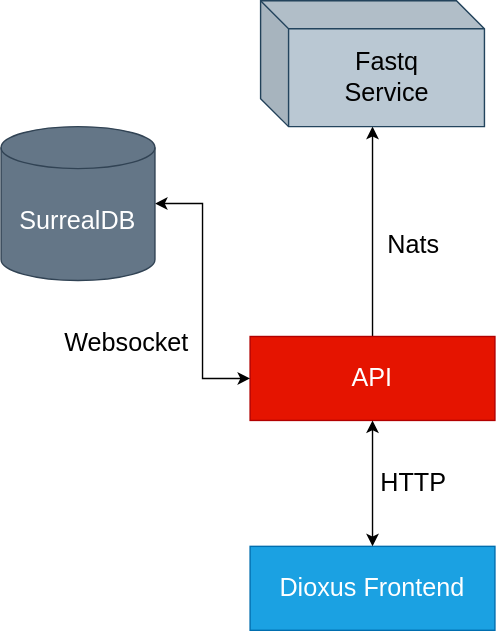
The draw.io diagram assets/diagram.svg in OscarAspelin95/dx_rs, before a commit. Source tidied: cells renumbered, new cells last; positions are measured from the earlier drawing's top-left corner, leaving out a move shared by most shapes. The source it was exported from:
```xml
<mxGraphModel>
  <root>
    <mxCell id="0" />
    <mxCell id="1" parent="0" />
    <mxCell id="2" value="&lt;font style=&quot;font-size: 18px;&quot;&gt;Dioxus Frontend&lt;/font&gt;" style="rounded=0;whiteSpace=wrap;html=1;fillColor=#1ba1e2;fontColor=#ffffff;strokeColor=#006EAF;" parent="1" vertex="1">
      <mxGeometry x="178" y="390" width="175" height="60" as="geometry" />
    </mxCell>
    <mxCell id="3" style="edgeStyle=orthogonalEdgeStyle;rounded=0;jettySize=auto;html=1;" parent="1" edge="1" source="4" target="10">
      <mxGeometry relative="1" as="geometry" />
    </mxCell>
    <mxCell id="4" value="&lt;span style=&quot;font-size: 18px;&quot;&gt;API&lt;/span&gt;" style="rounded=0;whiteSpace=wrap;html=1;fillColor=#e51400;fontColor=#ffffff;strokeColor=#B20000;" parent="1" vertex="1">
      <mxGeometry x="178" y="240" width="175" height="60" as="geometry" />
    </mxCell>
    <mxCell id="5" style="endArrow=classic;startArrow=classic;html=1;rounded=0;entryX=0.5;entryY=0;entryDx=0;entryDy=0;exitX=0.5;exitY=1;exitDx=0;exitDy=0;" parent="1" edge="1" source="4" target="2">
      <mxGeometry relative="1" as="geometry" />
    </mxCell>
    <mxCell id="6" value="&lt;font style=&quot;font-size: 18px;&quot;&gt;HTTP&lt;/font&gt;" style="text;html=1;whiteSpace=wrap;strokeColor=none;fillColor=none;align=center;verticalAlign=middle;rounded=0;" parent="1" vertex="1">
      <mxGeometry x="270" y="330" width="50" height="30" as="geometry" />
    </mxCell>
    <mxCell id="7" style="edgeStyle=orthogonalEdgeStyle;rounded=0;jettySize=auto;html=1;entryX=0;entryY=0.5;entryDx=0;entryDy=0;startArrow=classic;startFill=1;" parent="1" edge="1" source="8" target="4">
      <mxGeometry relative="1" as="geometry" />
    </mxCell>
    <mxCell id="8" value="&lt;font style=&quot;font-size: 18px;&quot;&gt;SurrealDB&lt;/font&gt;" style="shape=cylinder3;whiteSpace=wrap;html=1;boundedLbl=1;backgroundOutline=1;size=15;fillColor=light-dark(#647687,#363C47);fontColor=#ffffff;strokeColor=#314354;" parent="1" vertex="1">
      <mxGeometry y="90" width="110" height="110" as="geometry" />
    </mxCell>
    <mxCell id="9" value="&lt;font style=&quot;font-size: 18px;&quot;&gt;Websocket&lt;/font&gt;" style="text;html=1;whiteSpace=wrap;strokeColor=none;fillColor=none;align=center;verticalAlign=middle;rounded=0;" parent="1" vertex="1">
      <mxGeometry x="50" y="230" width="80" height="30" as="geometry" />
    </mxCell>
    <mxCell id="10" value="&lt;font style=&quot;color: light-dark(rgb(0, 0, 0), rgb(0, 0, 0)); font-size: 18px;&quot;&gt;Fastq&lt;/font&gt;&lt;div&gt;&lt;font style=&quot;color: light-dark(rgb(0, 0, 0), rgb(0, 0, 0)); font-size: 18px;&quot;&gt;Service&lt;/font&gt;&lt;/div&gt;" style="shape=cube;whiteSpace=wrap;html=1;boundedLbl=1;backgroundOutline=1;darkOpacity=0.05;darkOpacity2=0.1;fillColor=#bac8d3;strokeColor=#23445d;" parent="1" vertex="1">
      <mxGeometry x="185.5" width="160" height="90" as="geometry" />
    </mxCell>
    <mxCell id="11" value="&lt;font style=&quot;font-size: 18px;&quot;&gt;Nats&lt;/font&gt;" style="text;html=1;whiteSpace=wrap;strokeColor=none;fillColor=none;align=center;verticalAlign=middle;rounded=0;" parent="1" vertex="1">
      <mxGeometry x="270" y="160" width="50" height="30" as="geometry" />
    </mxCell>
  </root>
</mxGraphModel>
```
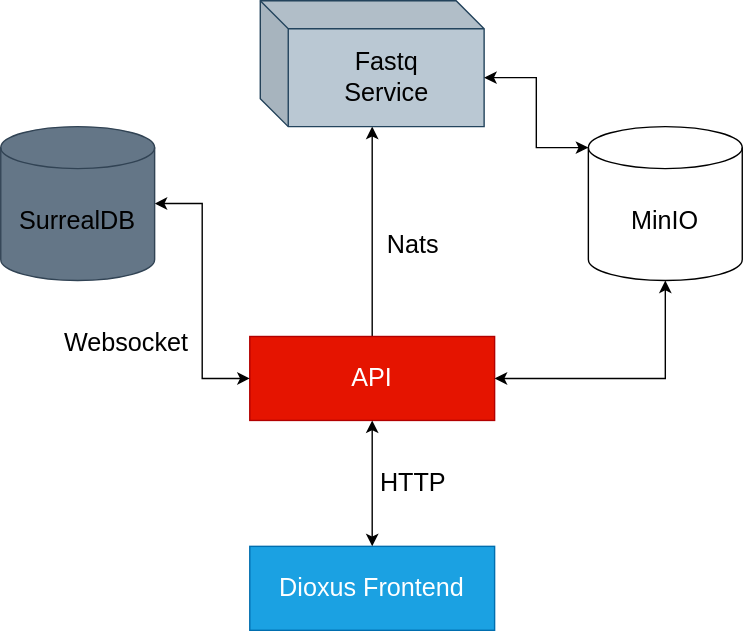
The same file after the commit.

Change to the diagram source:
```diff
@@ -20,7 +20,7 @@
     <mxCell id="7" style="edgeStyle=orthogonalEdgeStyle;rounded=0;jettySize=auto;html=1;entryX=0;entryY=0.5;entryDx=0;entryDy=0;startArrow=classic;startFill=1;" parent="1" edge="1" source="8" target="4">
       <mxGeometry relative="1" as="geometry" />
     </mxCell>
-    <mxCell id="8" value="&lt;font style=&quot;font-size: 18px;&quot;&gt;SurrealDB&lt;/font&gt;" style="shape=cylinder3;whiteSpace=wrap;html=1;boundedLbl=1;backgroundOutline=1;size=15;fillColor=light-dark(#647687,#363C47);fontColor=#ffffff;strokeColor=#314354;" parent="1" vertex="1">
+    <mxCell id="8" value="&lt;font style=&quot;font-size: 18px; color: light-dark(rgb(0, 0, 0), rgb(255, 255, 255));&quot;&gt;SurrealDB&lt;/font&gt;" style="shape=cylinder3;whiteSpace=wrap;html=1;boundedLbl=1;backgroundOutline=1;size=15;fillColor=light-dark(#647687,#363C47);fontColor=#ffffff;strokeColor=#314354;" parent="1" vertex="1">
       <mxGeometry y="90" width="110" height="110" as="geometry" />
     </mxCell>
     <mxCell id="9" value="&lt;font style=&quot;font-size: 18px;&quot;&gt;Websocket&lt;/font&gt;" style="text;html=1;whiteSpace=wrap;strokeColor=none;fillColor=none;align=center;verticalAlign=middle;rounded=0;" parent="1" vertex="1">
@@ -32,5 +32,14 @@
     <mxCell id="11" value="&lt;font style=&quot;font-size: 18px;&quot;&gt;Nats&lt;/font&gt;" style="text;html=1;whiteSpace=wrap;strokeColor=none;fillColor=none;align=center;verticalAlign=middle;rounded=0;" parent="1" vertex="1">
       <mxGeometry x="270" y="160" width="50" height="30" as="geometry" />
     </mxCell>
+    <mxCell id="12" style="edgeStyle=orthogonalEdgeStyle;rounded=0;jettySize=auto;html=1;exitX=0.5;exitY=1;exitDx=0;exitDy=0;exitPerimeter=0;entryX=1;entryY=0.5;entryDx=0;entryDy=0;startArrow=classic;startFill=1;" parent="1" edge="1" source="13" target="4">
+      <mxGeometry relative="1" as="geometry" />
+    </mxCell>
+    <mxCell id="13" value="&lt;font style=&quot;font-size: 18px;&quot;&gt;MinIO&lt;/font&gt;" style="shape=cylinder3;whiteSpace=wrap;html=1;boundedLbl=1;backgroundOutline=1;size=15;fillColor=light-dark(#FFFFFF,#262626);" parent="1" vertex="1">
+      <mxGeometry x="420" y="90" width="110" height="110" as="geometry" />
+    </mxCell>
+    <mxCell id="14" style="edgeStyle=orthogonalEdgeStyle;rounded=0;jettySize=auto;html=1;exitX=0;exitY=0;exitDx=0;exitDy=15;exitPerimeter=0;entryX=0;entryY=0;entryDx=160;entryDy=55;entryPerimeter=0;startArrow=classic;startFill=1;" parent="1" edge="1" source="13" target="10">
+      <mxGeometry relative="1" as="geometry" />
+    </mxCell>
   </root>
 </mxGraphModel>
```
